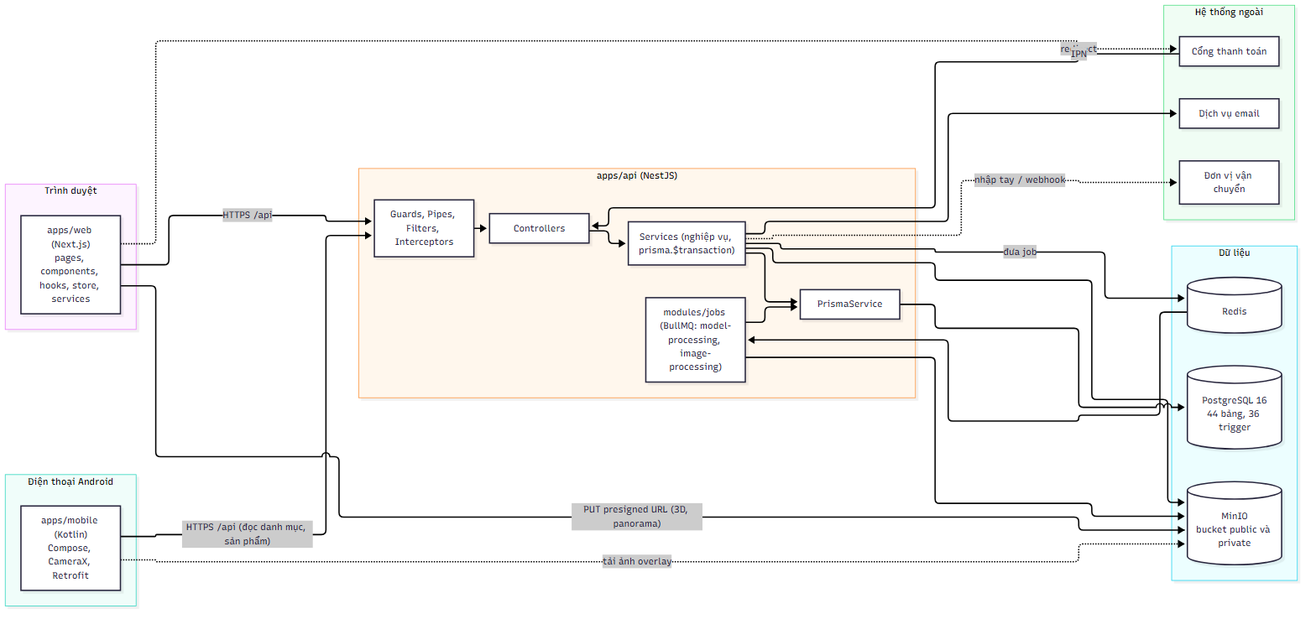
Earlier version of the Mermaid export docs/diagrams/png/architecture_kien-truc-he-thong.png (2431540234-arch/XDUDTMDT). Its source is kept beside it as docs/diagrams/src/architecture_kien-truc-he-thong.mmd.
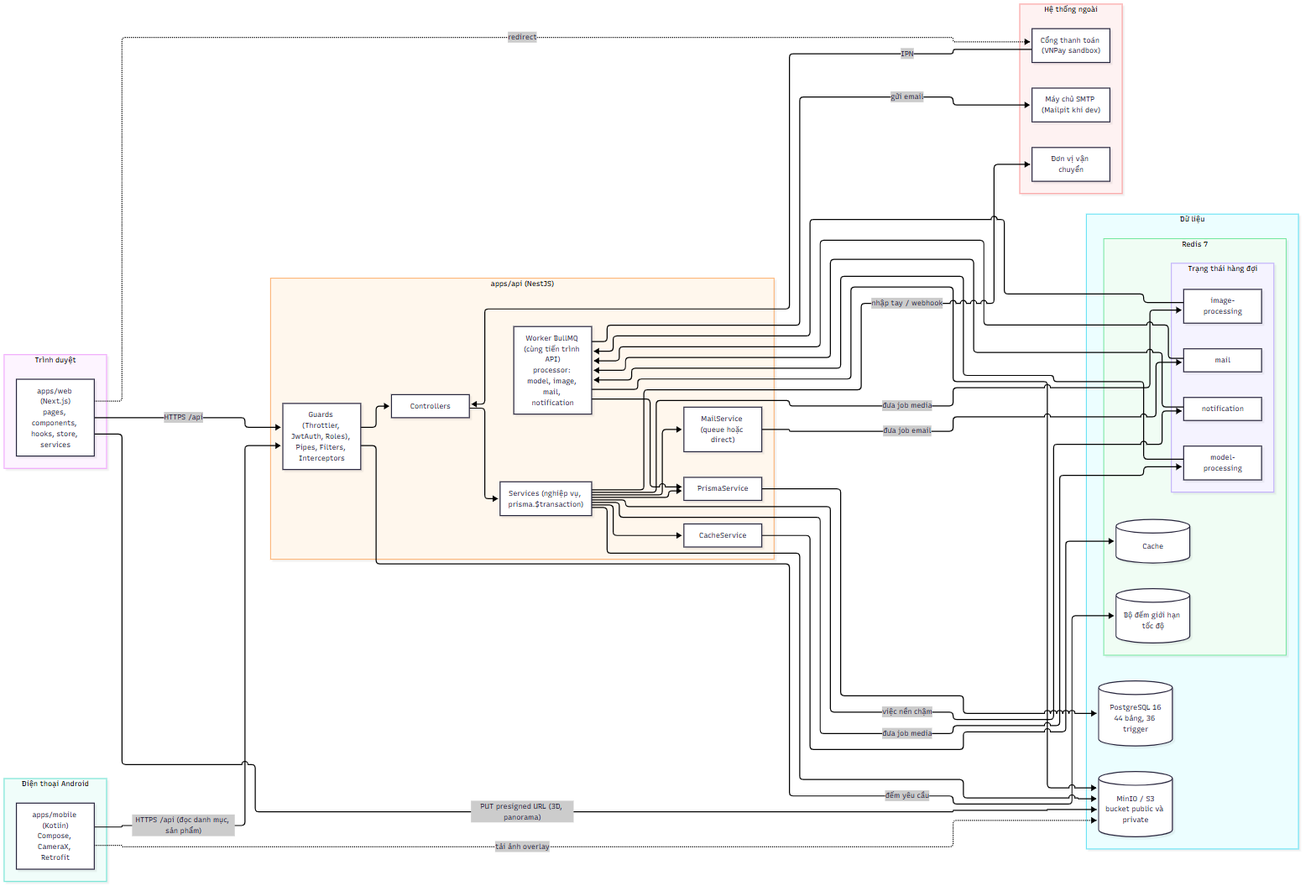
Above is the later version.

Diff of the diagram source:
```diff
@@ -6,32 +6,51 @@
         APP["apps/mobile (Kotlin)<br>Compose, CameraX, Retrofit"]
     end
     subgraph API["apps/api (NestJS)"]
-        GUARD["Guards, Pipes, Filters, Interceptors"]
+        GUARD["Guards (Throttler, JwtAuth, Roles), Pipes, Filters, Interceptors"]
         CTRL["Controllers"]
         SVC["Services (nghiệp vụ, prisma.$transaction)"]
+        CACHE["CacheService"]
+        MAILSVC["MailService (queue hoặc direct)"]
         PRISMA["PrismaService"]
-        JOBS["modules/jobs (BullMQ: model-processing, image-processing)"]
+        WORKER["Worker BullMQ (cùng tiến trình API)<br>processor: model, image, mail, notification"]
     end
     subgraph DATA["Dữ liệu"]
         PG[("PostgreSQL 16<br>44 bảng, 36 trigger")]
-        RD[("Redis")]
-        S3[("MinIO<br>bucket public và private")]
+        subgraph REDIS["Redis 7"]
+            RC[("Cache")]
+            RL[("Bộ đếm giới hạn tốc độ")]
+            subgraph QUEUES["Trạng thái hàng đợi"]
+                Q1["model-processing"]
+                Q2["image-processing"]
+                Q3["mail"]
+                Q4["notification"]
+            end
+        end
+        S3[("MinIO / S3<br>bucket public và private")]
     end
     subgraph EXT["Hệ thống ngoài"]
-        GW["Cổng thanh toán"]
+        GW["Cổng thanh toán (VNPay sandbox)"]
         SH["Đơn vị vận chuyển"]
-        SMTP["Dịch vụ email"]
+        SMTP["Máy chủ SMTP (Mailpit khi dev)"]
     end
     WEB -- "HTTPS /api" --> GUARD --> CTRL --> SVC --> PRISMA --> PG
     APP -- "HTTPS /api (đọc danh mục, sản phẩm)" --> GUARD
     APP -. "tải ảnh overlay" .-> S3
-    SVC -- "đưa job" --> RD
-    RD --> JOBS
-    JOBS --> S3
-    JOBS --> PRISMA
+    GUARD -- "đếm yêu cầu" --> RL
+    SVC --> CACHE --> RC
+    SVC -- "đưa job media" --> Q1
+    SVC -- "đưa job media" --> Q2
+    SVC --> MAILSVC -- "đưa job email" --> Q3
+    SVC -- "việc nền chậm" --> Q4
+    Q1 --> WORKER
+    Q2 --> WORKER
+    Q3 --> WORKER
+    Q4 --> WORKER
+    WORKER --> S3
+    WORKER --> PRISMA
+    WORKER -- "gửi email" --> SMTP
     SVC --> S3
     WEB -. "PUT presigned URL (3D, panorama)" .-> S3
-    SVC --> SMTP
     WEB -. "redirect" .-> GW
     GW -- "IPN" --> CTRL
     SVC -. "nhập tay / webhook" .-> SH
```
